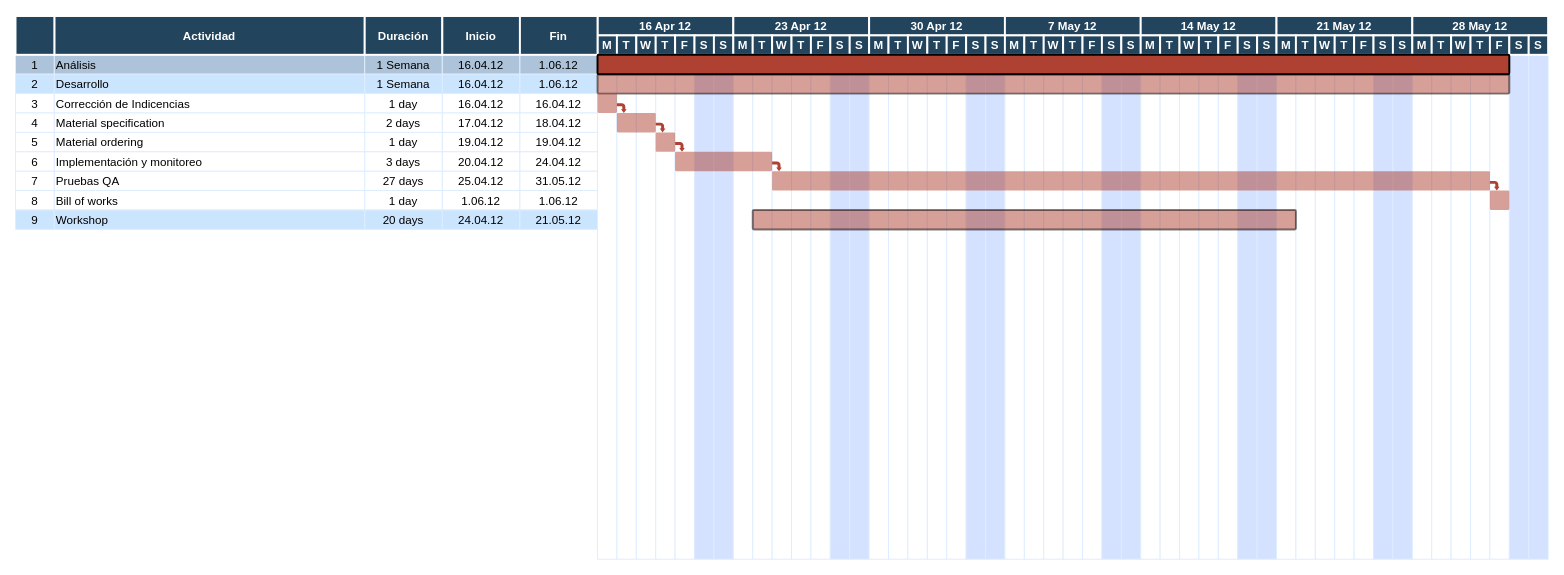
This is RoadMap_CatalogoAutos.drawio from endoeca2/Diagramas, a draw.io file, before an edit. Source tidied: cells renumbered, new cells numbered last; positions are measured from the earlier drawing's top-left corner, leaving out a move shared by most shapes. Both pictures are drawn from the tidied source at 97%, with x=0, y=0 at pixel (15, 16).
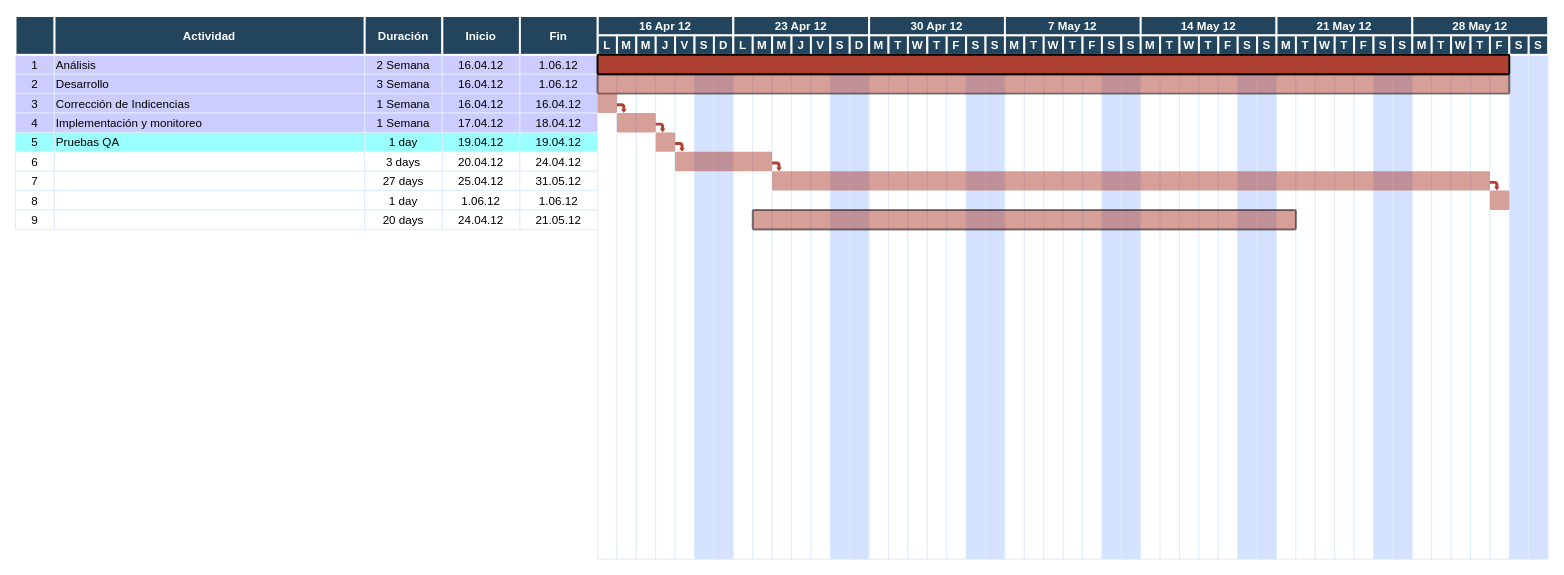
Above is the later version.

What changed in the source:
```diff
@@
-    <mxCell id="2" value="1" style="strokeColor=#DEEDFF;fillColor=#ADC3D9;" parent="1" vertex="1">
+    <mxCell id="2" value="1" style="strokeColor=#DEEDFF;fillColor=#CCCCFF;" parent="1" vertex="1">
       <mxGeometry x="0.5" y="40" width="40" height="20" as="geometry" />
     </mxCell>
-    <mxCell id="3" value="Análisis" style="align=left;strokeColor=#DEEDFF;fillColor=#ADC3D9;" parent="1" vertex="1">
+    <mxCell id="3" value="Análisis" style="align=left;strokeColor=#DEEDFF;fillColor=#CCCCFF;" parent="1" vertex="1">
       <mxGeometry x="40.5" y="40" width="320" height="20" as="geometry" />
     </mxCell>
-    <mxCell id="4" value="1 Semana" style="strokeColor=#DEEDFF;fillColor=#ADC3D9;" parent="1" vertex="1">
+    <mxCell id="4" value="2 Semana" style="strokeColor=#DEEDFF;fillColor=#CCCCFF;" parent="1" vertex="1">
       <mxGeometry x="360.5" y="40" width="80" height="20" as="geometry" />
     </mxCell>
-    <mxCell id="5" value="16.04.12" style="strokeColor=#DEEDFF;fillColor=#ADC3D9;" parent="1" vertex="1">
+    <mxCell id="5" value="16.04.12" style="strokeColor=#DEEDFF;fillColor=#CCCCFF;" parent="1" vertex="1">
       <mxGeometry x="440.5" y="40" width="80" height="20" as="geometry" />
     </mxCell>
-    <mxCell id="6" value="1.06.12" style="strokeColor=#DEEDFF;fillColor=#ADC3D9;" parent="1" vertex="1">
+    <mxCell id="6" value="1.06.12" style="strokeColor=#DEEDFF;fillColor=#CCCCFF;" parent="1" vertex="1">
       <mxGeometry x="520.5" y="40" width="80" height="20" as="geometry" />
     </mxCell>
@@
-    <mxCell id="8" value="2" style="strokeColor=#DEEDFF;fillColor=#CCE5FF;" parent="1" vertex="1">
+    <mxCell id="8" value="2" style="strokeColor=#DEEDFF;fillColor=#CCCCFF;" parent="1" vertex="1">
       <mxGeometry x="0.5" y="60" width="40" height="20" as="geometry" />
     </mxCell>
-    <mxCell id="9" value="Desarrollo" style="align=left;strokeColor=#DEEDFF;fillColor=#CCE5FF;" parent="1" vertex="1">
+    <mxCell id="9" value="Desarrollo" style="align=left;strokeColor=#DEEDFF;fillColor=#CCCCFF;" parent="1" vertex="1">
       <mxGeometry x="40.5" y="60" width="320" height="20" as="geometry" />
     </mxCell>
-    <mxCell id="10" value="1 Semana" style="strokeColor=#DEEDFF;fillColor=#CCE5FF;" parent="1" vertex="1">
+    <mxCell id="10" value="3 Semana" style="strokeColor=#DEEDFF;fillColor=#CCCCFF;" parent="1" vertex="1">
       <mxGeometry x="360.5" y="60" width="80" height="20" as="geometry" />
     </mxCell>
-    <mxCell id="11" value="16.04.12" style="strokeColor=#DEEDFF;fillColor=#CCE5FF;" parent="1" vertex="1">
+    <mxCell id="11" value="16.04.12" style="strokeColor=#DEEDFF;fillColor=#CCCCFF;" parent="1" vertex="1">
       <mxGeometry x="440.5" y="60" width="80" height="20" as="geometry" />
     </mxCell>
-    <mxCell id="12" value="1.06.12" style="strokeColor=#DEEDFF;fillColor=#CCE5FF;" parent="1" vertex="1">
+    <mxCell id="12" value="1.06.12" style="strokeColor=#DEEDFF;fillColor=#CCCCFF;" parent="1" vertex="1">
       <mxGeometry x="520.5" y="60" width="80" height="20" as="geometry" />
     </mxCell>
-    <mxCell id="13" value="3" style="strokeColor=#DEEDFF;" parent="1" vertex="1">
+    <mxCell id="13" value="3" style="strokeColor=#DEEDFF;fillColor=#CCCCFF;" parent="1" vertex="1">
       <mxGeometry x="0.5" y="80" width="40" height="20" as="geometry" />
     </mxCell>
-    <mxCell id="14" value="Corrección de Indicencias" style="align=left;strokeColor=#DEEDFF;" parent="1" vertex="1">
+    <mxCell id="14" value="Corrección de Indicencias" style="align=left;strokeColor=#DEEDFF;fillColor=#CCCCFF;" parent="1" vertex="1">
       <mxGeometry x="40.5" y="80" width="320" height="20" as="geometry" />
     </mxCell>
-    <mxCell id="15" value="1 day" style="strokeColor=#DEEDFF;" parent="1" vertex="1">
+    <mxCell id="15" value="1 Semana" style="strokeColor=#DEEDFF;fillColor=#CCCCFF;" parent="1" vertex="1">
       <mxGeometry x="360.5" y="80" width="80" height="20" as="geometry" />
     </mxCell>
-    <mxCell id="16" value="16.04.12" style="strokeColor=#DEEDFF;" parent="1" vertex="1">
+    <mxCell id="16" value="16.04.12" style="strokeColor=#DEEDFF;fillColor=#CCCCFF;" parent="1" vertex="1">
       <mxGeometry x="440.5" y="80" width="80" height="20" as="geometry" />
     </mxCell>
-    <mxCell id="17" value="16.04.12" style="strokeColor=#DEEDFF;" parent="1" vertex="1">
+    <mxCell id="17" value="16.04.12" style="strokeColor=#DEEDFF;fillColor=#CCCCFF;" parent="1" vertex="1">
       <mxGeometry x="520.5" y="80" width="80" height="20" as="geometry" />
     </mxCell>
-    <mxCell id="18" value="4" style="strokeColor=#DEEDFF;" parent="1" vertex="1">
+    <mxCell id="18" value="4" style="strokeColor=#DEEDFF;fillColor=#CCCCFF;" parent="1" vertex="1">
       <mxGeometry x="0.5" y="100" width="40" height="20" as="geometry" />
     </mxCell>
-    <mxCell id="19" value="Material specification" style="align=left;strokeColor=#DEEDFF;" parent="1" vertex="1">
+    <mxCell id="19" value="Implementación y monitoreo" style="align=left;strokeColor=#DEEDFF;fillColor=#CCCCFF;" parent="1" vertex="1">
       <mxGeometry x="40.5" y="100" width="320" height="20" as="geometry" />
     </mxCell>
-    <mxCell id="20" value="2 days" style="strokeColor=#DEEDFF;" parent="1" vertex="1">
+    <mxCell id="20" value="1 Semana" style="strokeColor=#DEEDFF;fillColor=#CCCCFF;" parent="1" vertex="1">
       <mxGeometry x="360.5" y="100" width="80" height="20" as="geometry" />
     </mxCell>
-    <mxCell id="21" value="17.04.12" style="strokeColor=#DEEDFF;" parent="1" vertex="1">
+    <mxCell id="21" value="17.04.12" style="strokeColor=#DEEDFF;fillColor=#CCCCFF;" parent="1" vertex="1">
       <mxGeometry x="440.5" y="100" width="80" height="20" as="geometry" />
     </mxCell>
-    <mxCell id="22" value="18.04.12" style="strokeColor=#DEEDFF;" parent="1" vertex="1">
+    <mxCell id="22" value="18.04.12" style="strokeColor=#DEEDFF;fillColor=#CCCCFF;" parent="1" vertex="1">
       <mxGeometry x="520.5" y="100" width="80" height="20" as="geometry" />
     </mxCell>
-    <mxCell id="23" value="5" style="strokeColor=#DEEDFF;" parent="1" vertex="1">
+    <mxCell id="23" value="5" style="strokeColor=#DEEDFF;fillColor=#99FFFF;" parent="1" vertex="1">
       <mxGeometry x="0.5" y="120" width="40" height="20" as="geometry" />
     </mxCell>
-    <mxCell id="24" value="Material ordering" style="align=left;strokeColor=#DEEDFF;" parent="1" vertex="1">
+    <mxCell id="24" value="Pruebas QA" style="align=left;strokeColor=#DEEDFF;fillColor=#99FFFF;" parent="1" vertex="1">
       <mxGeometry x="40.5" y="120" width="320" height="20" as="geometry" />
     </mxCell>
-    <mxCell id="25" value="1 day" style="strokeColor=#DEEDFF;" parent="1" vertex="1">
+    <mxCell id="25" value="1 day" style="strokeColor=#DEEDFF;fillColor=#99FFFF;" parent="1" vertex="1">
       <mxGeometry x="360.5" y="120" width="80" height="20" as="geometry" />
     </mxCell>
-    <mxCell id="26" value="19.04.12" style="strokeColor=#DEEDFF;" parent="1" vertex="1">
+    <mxCell id="26" value="19.04.12" style="strokeColor=#DEEDFF;fillColor=#99FFFF;" parent="1" vertex="1">
       <mxGeometry x="440.5" y="120" width="80" height="20" as="geometry" />
     </mxCell>
-    <mxCell id="27" value="19.04.12" style="strokeColor=#DEEDFF;" parent="1" vertex="1">
+    <mxCell id="27" value="19.04.12" style="strokeColor=#DEEDFF;fillColor=#99FFFF;" parent="1" vertex="1">
       <mxGeometry x="520.5" y="120" width="80" height="20" as="geometry" />
     </mxCell>
@@
-    <mxCell id="29" value="Implementación y monitoreo" style="align=left;strokeColor=#DEEDFF;" parent="1" vertex="1">
+    <mxCell id="29" style="align=left;strokeColor=#DEEDFF;" parent="1" vertex="1">
       <mxGeometry x="40.5" y="140" width="320" height="20" as="geometry" />
     </mxCell>
@@
-    <mxCell id="34" value="Pruebas QA" style="align=left;strokeColor=#DEEDFF;" parent="1" vertex="1">
+    <mxCell id="34" style="align=left;strokeColor=#DEEDFF;" parent="1" vertex="1">
       <mxGeometry x="40.5" y="160" width="320" height="20" as="geometry" />
     </mxCell>
@@
-    <mxCell id="38" value="8" style="strokeColor=#DEEDFF;" parent="1" vertex="1">
+    <mxCell id="38" value="8" style="strokeColor=#DEEDFF;fillColor=#FFFFFF;" parent="1" vertex="1">
       <mxGeometry x="0.5" y="180" width="40" height="20" as="geometry" />
     </mxCell>
-    <mxCell id="39" value="Bill of works" style="align=left;strokeColor=#DEEDFF;" parent="1" vertex="1">
+    <mxCell id="39" style="align=left;strokeColor=#DEEDFF;fillColor=#FFFFFF;" parent="1" vertex="1">
       <mxGeometry x="40.5" y="180" width="320" height="20" as="geometry" />
     </mxCell>
-    <mxCell id="40" value="1 day" style="strokeColor=#DEEDFF;" parent="1" vertex="1">
+    <mxCell id="40" value="1 day" style="strokeColor=#DEEDFF;fillColor=#FFFFFF;" parent="1" vertex="1">
       <mxGeometry x="360.5" y="180" width="80" height="20" as="geometry" />
     </mxCell>
-    <mxCell id="41" value="1.06.12" style="strokeColor=#DEEDFF;" parent="1" vertex="1">
+    <mxCell id="41" value="1.06.12" style="strokeColor=#DEEDFF;fillColor=#FFFFFF;" parent="1" vertex="1">
       <mxGeometry x="440.5" y="180" width="80" height="20" as="geometry" />
     </mxCell>
-    <mxCell id="42" value="1.06.12" style="strokeColor=#DEEDFF;" parent="1" vertex="1">
+    <mxCell id="42" value="1.06.12" style="strokeColor=#DEEDFF;fillColor=#FFFFFF;" parent="1" vertex="1">
       <mxGeometry x="520.5" y="180" width="80" height="20" as="geometry" />
     </mxCell>
-    <mxCell id="43" value="9" style="strokeColor=#DEEDFF;fillColor=#CCE5FF;" parent="1" vertex="1">
+    <mxCell id="43" value="9" style="strokeColor=#DEEDFF;fillColor=#FFFFFF;" parent="1" vertex="1">
       <mxGeometry x="0.5" y="200" width="40" height="20" as="geometry" />
     </mxCell>
-    <mxCell id="44" value="Workshop" style="align=left;strokeColor=#DEEDFF;fillColor=#CCE5FF;" parent="1" vertex="1">
+    <mxCell id="44" style="align=left;strokeColor=#DEEDFF;fillColor=#FFFFFF;" parent="1" vertex="1">
       <mxGeometry x="40.5" y="200" width="320" height="20" as="geometry" />
     </mxCell>
-    <mxCell id="45" value="20 days" style="strokeColor=#DEEDFF;fillColor=#CCE5FF;" parent="1" vertex="1">
+    <mxCell id="45" value="20 days" style="strokeColor=#DEEDFF;fillColor=#FFFFFF;" parent="1" vertex="1">
       <mxGeometry x="360.5" y="200" width="80" height="20" as="geometry" />
     </mxCell>
-    <mxCell id="46" value="24.04.12" style="strokeColor=#DEEDFF;fillColor=#CCE5FF;" parent="1" vertex="1">
+    <mxCell id="46" value="24.04.12" style="strokeColor=#DEEDFF;fillColor=#FFFFFF;" parent="1" vertex="1">
       <mxGeometry x="440.5" y="200" width="80" height="20" as="geometry" />
     </mxCell>
-    <mxCell id="47" value="21.05.12" style="strokeColor=#DEEDFF;fillColor=#CCE5FF;" parent="1" vertex="1">
+    <mxCell id="47" value="21.05.12" style="strokeColor=#DEEDFF;fillColor=#FFFFFF;" parent="1" vertex="1">
       <mxGeometry x="520.5" y="200" width="80" height="20" as="geometry" />
     </mxCell>
@@
-    <mxCell id="99" value="M" style="fillColor=#23445D;strokeColor=#FFFFFF;strokeWidth=2;fontColor=#FFFFFF;fontStyle=1;" parent="1" vertex="1">
+    <mxCell id="99" value="L" style="fillColor=#23445D;strokeColor=#FFFFFF;strokeWidth=2;fontColor=#FFFFFF;fontStyle=1;" parent="1" vertex="1">
       <mxGeometry x="600.5" y="20" width="20" height="20" as="geometry" />
     </mxCell>
-    <mxCell id="100" value="T" style="fillColor=#23445D;strokeColor=#FFFFFF;strokeWidth=2;fontColor=#FFFFFF;fontStyle=1;" parent="1" vertex="1">
+    <mxCell id="100" value="M" style="fillColor=#23445D;strokeColor=#FFFFFF;strokeWidth=2;fontColor=#FFFFFF;fontStyle=1;" parent="1" vertex="1">
       <mxGeometry x="620.5" y="20" width="20" height="20" as="geometry" />
     </mxCell>
-    <mxCell id="101" value="W" style="fillColor=#23445D;strokeColor=#FFFFFF;strokeWidth=2;fontColor=#FFFFFF;fontStyle=1;" parent="1" vertex="1">
+    <mxCell id="101" value="M" style="fillColor=#23445D;strokeColor=#FFFFFF;strokeWidth=2;fontColor=#FFFFFF;fontStyle=1;" parent="1" vertex="1">
       <mxGeometry x="640.5" y="20" width="20" height="20" as="geometry" />
     </mxCell>
-    <mxCell id="102" value="T" style="fillColor=#23445D;strokeColor=#FFFFFF;strokeWidth=2;fontColor=#FFFFFF;fontStyle=1;" parent="1" vertex="1">
+    <mxCell id="102" value="J" style="fillColor=#23445D;strokeColor=#FFFFFF;strokeWidth=2;fontColor=#FFFFFF;fontStyle=1;" parent="1" vertex="1">
       <mxGeometry x="660.5" y="20" width="20" height="20" as="geometry" />
     </mxCell>
-    <mxCell id="103" value="F" style="fillColor=#23445D;strokeColor=#FFFFFF;strokeWidth=2;fontColor=#FFFFFF;fontStyle=1;" parent="1" vertex="1">
+    <mxCell id="103" value="V" style="fillColor=#23445D;strokeColor=#FFFFFF;strokeWidth=2;fontColor=#FFFFFF;fontStyle=1;" parent="1" vertex="1">
       <mxGeometry x="680.5" y="20" width="20" height="20" as="geometry" />
     </mxCell>
@@
-    <mxCell id="105" value="S" style="fillColor=#23445D;strokeColor=#FFFFFF;strokeWidth=2;fontColor=#FFFFFF;fontStyle=1;" parent="1" vertex="1">
+    <mxCell id="105" value="D" style="fillColor=#23445D;strokeColor=#FFFFFF;strokeWidth=2;fontColor=#FFFFFF;fontStyle=1;" parent="1" vertex="1">
       <mxGeometry x="720.5" y="20" width="20" height="20" as="geometry" />
     </mxCell>
@@
-    <mxCell id="110" value="M" style="fillColor=#23445D;strokeColor=#FFFFFF;strokeWidth=2;fontColor=#FFFFFF;fontStyle=1;" parent="1" vertex="1">
+    <mxCell id="110" value="L" style="fillColor=#23445D;strokeColor=#FFFFFF;strokeWidth=2;fontColor=#FFFFFF;fontStyle=1;" parent="1" vertex="1">
       <mxGeometry x="740.5" y="20" width="20" height="20" as="geometry" />
     </mxCell>
-    <mxCell id="111" value="T" style="fillColor=#23445D;strokeColor=#FFFFFF;strokeWidth=2;fontColor=#FFFFFF;fontStyle=1;" parent="1" vertex="1">
+    <mxCell id="111" value="M" style="fillColor=#23445D;strokeColor=#FFFFFF;strokeWidth=2;fontColor=#FFFFFF;fontStyle=1;" parent="1" vertex="1">
       <mxGeometry x="760.5" y="20" width="20" height="20" as="geometry" />
     </mxCell>
-    <mxCell id="112" value="W" style="fillColor=#23445D;strokeColor=#FFFFFF;strokeWidth=2;fontColor=#FFFFFF;fontStyle=1;" parent="1" vertex="1">
+    <mxCell id="112" value="M" style="fillColor=#23445D;strokeColor=#FFFFFF;strokeWidth=2;fontColor=#FFFFFF;fontStyle=1;" parent="1" vertex="1">
       <mxGeometry x="780.5" y="20" width="20" height="20" as="geometry" />
     </mxCell>
-    <mxCell id="113" value="T" style="fillColor=#23445D;strokeColor=#FFFFFF;strokeWidth=2;fontColor=#FFFFFF;fontStyle=1;" parent="1" vertex="1">
+    <mxCell id="113" value="J" style="fillColor=#23445D;strokeColor=#FFFFFF;strokeWidth=2;fontColor=#FFFFFF;fontStyle=1;" parent="1" vertex="1">
       <mxGeometry x="800.5" y="20" width="20" height="20" as="geometry" />
     </mxCell>
-    <mxCell id="114" value="F" style="fillColor=#23445D;strokeColor=#FFFFFF;strokeWidth=2;fontColor=#FFFFFF;fontStyle=1;" parent="1" vertex="1">
+    <mxCell id="114" value="V" style="fillColor=#23445D;strokeColor=#FFFFFF;strokeWidth=2;fontColor=#FFFFFF;fontStyle=1;" parent="1" vertex="1">
       <mxGeometry x="820.5" y="20" width="20" height="20" as="geometry" />
     </mxCell>
@@
-    <mxCell id="116" value="S" style="fillColor=#23445D;strokeColor=#FFFFFF;strokeWidth=2;fontColor=#FFFFFF;fontStyle=1;" parent="1" vertex="1">
+    <mxCell id="116" value="D" style="fillColor=#23445D;strokeColor=#FFFFFF;strokeWidth=2;fontColor=#FFFFFF;fontStyle=1;" parent="1" vertex="1">
       <mxGeometry x="860.5" y="20" width="20" height="20" as="geometry" />
     </mxCell>
```
